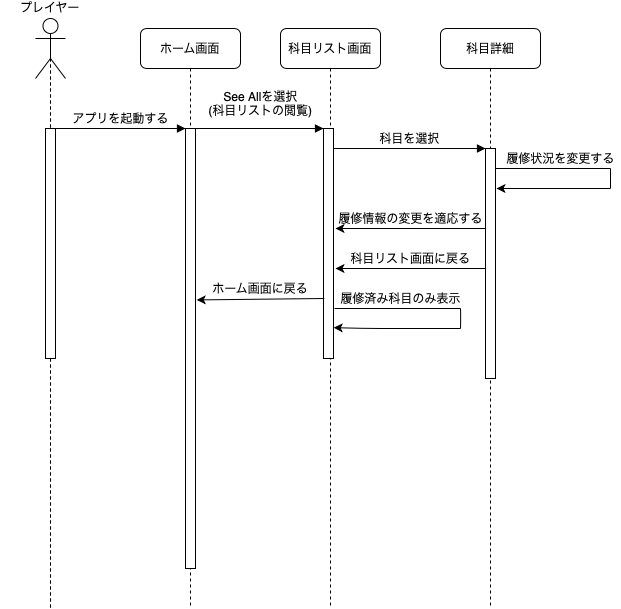
The draw.io diagram シーケンス図2.png in donafudo/SoftDevTeamJ, before a commit. Source tidied: cells renumbered, new cells last; positions are measured from the earlier drawing's top-left corner, leaving out a move shared by most shapes. The source it was exported from:
```xml
<mxGraphModel>
  <root>
    <mxCell id="0" />
    <mxCell id="1" parent="0" />
    <mxCell id="2" value="科目リスト画面" style="shape=umlLifeline;perimeter=lifelinePerimeter;whiteSpace=wrap;html=1;outlineConnect=0;rounded=1;shadow=0;comic=0;labelBackgroundColor=none;strokeWidth=1;fontFamily=Verdana;fontSize=12;align=center;" parent="1" vertex="1">
      <mxGeometry x="280" y="10" width="100" height="580" as="geometry" />
    </mxCell>
    <mxCell id="3" style="html=1;points=[];perimeter=orthogonalPerimeter;rounded=0;shadow=0;comic=0;labelBackgroundColor=none;strokeWidth=1;fontFamily=Verdana;fontSize=12;align=center;" parent="2" vertex="1">
      <mxGeometry x="43" y="100" width="10" height="230" as="geometry" />
    </mxCell>
    <mxCell id="4" value="科目詳細" style="shape=umlLifeline;perimeter=lifelinePerimeter;whiteSpace=wrap;html=1;rounded=1;shadow=0;comic=0;labelBackgroundColor=none;strokeWidth=1;fontFamily=Verdana;fontSize=12;align=center;" parent="1" vertex="1">
      <mxGeometry x="440" y="10" width="100" height="580" as="geometry" />
    </mxCell>
    <mxCell id="5" style="html=1;points=[];perimeter=orthogonalPerimeter;rounded=0;shadow=0;comic=0;labelBackgroundColor=none;strokeWidth=1;fontFamily=Verdana;fontSize=12;align=center;" parent="4" vertex="1">
      <mxGeometry x="45" y="120" width="10" height="230" as="geometry" />
    </mxCell>
    <mxCell id="6" value="ホーム画面" style="shape=umlLifeline;perimeter=lifelinePerimeter;whiteSpace=wrap;html=1;rounded=1;shadow=0;comic=0;labelBackgroundColor=none;strokeWidth=1;fontFamily=Verdana;fontSize=12;align=center;" parent="1" vertex="1">
      <mxGeometry x="140" y="10" width="100" height="580" as="geometry" />
    </mxCell>
    <mxCell id="7" style="html=1;points=[];perimeter=orthogonalPerimeter;rounded=0;shadow=0;comic=0;labelBackgroundColor=none;strokeWidth=1;fontFamily=Verdana;fontSize=12;align=center;" parent="6" vertex="1">
      <mxGeometry x="45" y="100" width="10" height="440" as="geometry" />
    </mxCell>
    <mxCell id="8" style="html=1;verticalAlign=bottom;endArrow=block;entryX=0;entryY=0;labelBackgroundColor=none;fontFamily=Verdana;fontSize=12;edgeStyle=elbowEdgeStyle;elbow=vertical;" parent="1" edge="1" source="7" target="3">
      <mxGeometry relative="1" as="geometry" />
    </mxCell>
    <mxCell id="9" value="科目を選択" style="html=1;verticalAlign=bottom;endArrow=block;entryX=0;entryY=0;labelBackgroundColor=none;fontFamily=Verdana;fontSize=12;edgeStyle=elbowEdgeStyle;elbow=vertical;" parent="1" edge="1" source="3" target="5">
      <mxGeometry relative="1" as="geometry" />
    </mxCell>
    <mxCell id="10" value="プレイヤー&lt;br&gt;&lt;br&gt;&lt;br&gt;&lt;br&gt;" style="shape=umlLifeline;perimeter=lifelinePerimeter;whiteSpace=wrap;html=1;rounded=1;shadow=0;comic=0;labelBackgroundColor=none;strokeWidth=1;fontFamily=Verdana;fontSize=12;align=center;size=0;" parent="1" vertex="1">
      <mxGeometry y="10" width="100" height="580" as="geometry" />
    </mxCell>
    <mxCell id="11" style="html=1;perimeter=orthogonalPerimeter;rounded=0;shadow=0;comic=0;labelBackgroundColor=none;strokeWidth=1;fontFamily=Verdana;fontSize=12;align=center;" parent="10" vertex="1">
      <mxGeometry x="45" y="100" width="10" height="230" as="geometry" />
    </mxCell>
    <mxCell id="12" style="shape=umlActor;verticalLabelPosition=bottom;labelBackgroundColor=#ffffff;verticalAlign=top;html=1;" parent="10" vertex="1">
      <mxGeometry x="35" y="-10" width="30" height="60" as="geometry" />
    </mxCell>
    <mxCell id="13" style="endArrow=classic;html=1;" parent="1" edge="1">
      <mxGeometry relative="1" as="geometry">
        <mxPoint x="485" y="210" as="sourcePoint" />
        <mxPoint x="335" y="210" as="targetPoint" />
      </mxGeometry>
    </mxCell>
    <mxCell id="14" style="endArrow=classic;html=1;exitX=-0.114;exitY=0.694;exitDx=0;exitDy=0;exitPerimeter=0;entryX=1.128;entryY=0.366;entryDx=0;entryDy=0;entryPerimeter=0;" parent="1" edge="1">
      <mxGeometry relative="1" as="geometry">
        <mxPoint x="323.8" y="280" as="sourcePoint" />
        <mxPoint x="196.2" y="281.4" as="targetPoint" />
      </mxGeometry>
    </mxCell>
    <mxCell id="15" value="See Allを選択&lt;br&gt;(科目リストの閲覧)" style="text;html=1;align=center;verticalAlign=middle;" parent="1" vertex="1">
      <mxGeometry x="200" y="70" width="120" height="30" as="geometry" />
    </mxCell>
    <mxCell id="16" value="履修情報の変更を適応する" style="text;html=1;align=center;verticalAlign=middle;" parent="1" vertex="1">
      <mxGeometry x="330" y="190" width="160" height="20" as="geometry" />
    </mxCell>
    <mxCell id="17" value="ホーム画面に戻る" style="text;html=1;align=center;verticalAlign=middle;" parent="1" vertex="1">
      <mxGeometry x="205" y="260" width="110" height="20" as="geometry" />
    </mxCell>
    <mxCell id="18" style="endArrow=classic;html=1;" parent="1" edge="1">
      <mxGeometry relative="1" as="geometry">
        <mxPoint x="485" y="250" as="sourcePoint" />
        <mxPoint x="335" y="250" as="targetPoint" />
      </mxGeometry>
    </mxCell>
    <mxCell id="19" value="科目リスト画面に戻る" style="text;html=1;align=center;verticalAlign=middle;" parent="1" vertex="1">
      <mxGeometry x="340" y="230" width="140" height="20" as="geometry" />
    </mxCell>
    <mxCell id="20" style="endArrow=classic;html=1;" parent="1" edge="1">
      <mxGeometry relative="1" as="geometry">
        <mxPoint x="610" y="170" as="sourcePoint" />
        <mxPoint x="496" y="170" as="targetPoint" />
      </mxGeometry>
    </mxCell>
    <mxCell id="21" value="履修状況を変更する" style="text;html=1;align=center;verticalAlign=middle;" parent="1" vertex="1">
      <mxGeometry x="500" y="130" width="120" height="20" as="geometry" />
    </mxCell>
    <mxCell id="22" style="endArrow=none;html=1;" parent="1" edge="1">
      <mxGeometry relative="1" as="geometry">
        <mxPoint x="495" y="150" as="sourcePoint" />
        <mxPoint x="610" y="150" as="targetPoint" />
      </mxGeometry>
    </mxCell>
    <mxCell id="23" style="endArrow=none;html=1;" parent="1" edge="1">
      <mxGeometry relative="1" as="geometry">
        <mxPoint x="610" y="170" as="sourcePoint" />
        <mxPoint x="610" y="150" as="targetPoint" />
      </mxGeometry>
    </mxCell>
    <mxCell id="24" style="html=1;verticalAlign=bottom;endArrow=block;entryX=0;entryY=0;labelBackgroundColor=none;fontFamily=Verdana;fontSize=12;edgeStyle=elbowEdgeStyle;elbow=vertical;" parent="1" edge="1">
      <mxGeometry relative="1" as="geometry">
        <mxPoint x="50" y="110" as="sourcePoint" />
        <mxPoint x="185" y="110" as="targetPoint" />
      </mxGeometry>
    </mxCell>
    <mxCell id="25" value="アプリを起動する" style="text;html=1;align=center;verticalAlign=middle;" parent="1" vertex="1">
      <mxGeometry x="65" y="90" width="110" height="20" as="geometry" />
    </mxCell>
    <mxCell id="26" value="&lt;span style=&quot;color: rgba(0 , 0 , 0 , 0) ; font-family: monospace ; font-size: 0px&quot;&gt;%3CmxGraphModel%3E%3Croot%3E%3CmxCell%20id%3D%220%22%2F%3E%3CmxCell%20id%3D%221%22%20parent%3D%220%22%2F%3E%3CmxCell%20id%3D%222%22%20value%3D%22%22%20style%3D%22endArrow%3Dclassic%3Bhtml%3D1%3B%22%20edge%3D%221%22%20parent%3D%221%22%3E%3CmxGeometry%20width%3D%2250%22%20height%3D%2250%22%20relative%3D%221%22%20as%3D%22geometry%22%3E%3CmxPoint%20x%3D%22780%22%20y%3D%22710%22%20as%3D%22sourcePoint%22%2F%3E%3CmxPoint%20x%3D%22666%22%20y%3D%22710%22%20as%3D%22targetPoint%22%2F%3E%3C%2FmxGeometry%3E%3C%2FmxCell%3E%3CmxCell%20id%3D%223%22%20value%3D%22%E5%B1%A5%E4%BF%AE%E7%8A%B6%E6%B3%81%E3%82%92%E5%A4%89%E6%9B%B4%E3%81%99%E3%82%8B%22%20style%3D%22text%3Bhtml%3D1%3Balign%3Dcenter%3BverticalAlign%3Dmiddle%3Bresizable%3D0%3Bpoints%3D%5B%5D%3Bautosize%3D1%3B%22%20vertex%3D%221%22%20parent%3D%221%22%3E%3CmxGeometry%20x%3D%22670%22%20y%3D%22670%22%20width%3D%22120%22%20height%3D%2220%22%20as%3D%22geometry%22%2F%3E%3C%2FmxCell%3E%3CmxCell%20id%3D%224%22%20value%3D%22%22%20style%3D%22endArrow%3Dnone%3Bhtml%3D1%3B%22%20edge%3D%221%22%20parent%3D%221%22%3E%3CmxGeometry%20width%3D%2250%22%20height%3D%2250%22%20relative%3D%221%22%20as%3D%22geometry%22%3E%3CmxPoint%20x%3D%22665%22%20y%3D%22690%22%20as%3D%22sourcePoint%22%2F%3E%3CmxPoint%20x%3D%22780%22%20y%3D%22690%22%20as%3D%22targetPoint%22%2F%3E%3C%2FmxGeometry%3E%3C%2FmxCell%3E%3CmxCell%20id%3D%225%22%20value%3D%22%22%20style%3D%22endArrow%3Dnone%3Bhtml%3D1%3B%22%20edge%3D%221%22%20parent%3D%221%22%3E%3CmxGeometry%20width%3D%2250%22%20height%3D%2250%22%20relative%3D%221%22%20as%3D%22geometry%22%3E%3CmxPoint%20x%3D%22780%22%20y%3D%22710%22%20as%3D%22sourcePoint%22%2F%3E%3CmxPoint%20x%3D%22780%22%20y%3D%22690%22%20as%3D%22targetPoint%22%2F%3E%3C%2FmxGeometry%3E%3C%2FmxCell%3E%3C%2Froot%3E%3C%2FmxGraphModel%3E&lt;/span&gt;&lt;span style=&quot;color: rgba(0 , 0 , 0 , 0) ; font-family: monospace ; font-size: 0px&quot;&gt;%3CmxGraphModel%3E%3Croot%3E%3CmxCell%20id%3D%220%22%2F%3E%3CmxCell%20id%3D%221%22%20parent%3D%220%22%2F%3E%3CmxCell%20id%3D%222%22%20value%3D%22%22%20style%3D%22endArrow%3Dclassic%3Bhtml%3D1%3B%22%20edge%3D%221%22%20parent%3D%221%22%3E%3CmxGeometry%20width%3D%2250%22%20height%3D%2250%22%20relative%3D%221%22%20as%3D%22geometry%22%3E%3CmxPoint%20x%3D%22780%22%20y%3D%22710%22%20as%3D%22sourcePoint%22%2F%3E%3CmxPoint%20x%3D%22666%22%20y%3D%22710%22%20as%3D%22targetPoint%22%2F%3E%3C%2FmxGeometry%3E%3C%2FmxCell%3E%3CmxCell%20id%3D%223%22%20value%3D%22%E5%B1%A5%E4%BF%AE%E7%8A%B6%E6%B3%81%E3%82%92%E5%A4%89%E6%9B%B4%E3%81%99%E3%82%8B%22%20style%3D%22text%3Bhtml%3D1%3Balign%3Dcenter%3BverticalAlign%3Dmiddle%3Bresizable%3D0%3Bpoints%3D%5B%5D%3Bautosize%3D1%3B%22%20vertex%3D%221%22%20parent%3D%221%22%3E%3CmxGeometry%20x%3D%22670%22%20y%3D%22670%22%20width%3D%22120%22%20height%3D%2220%22%20as%3D%22geometry%22%2F%3E%3C%2FmxCell%3E%3CmxCell%20id%3D%224%22%20value%3D%22%22%20style%3D%22endArrow%3Dnone%3Bhtml%3D1%3B%22%20edge%3D%221%22%20parent%3D%221%22%3E%3CmxGeometry%20width%3D%2250%22%20height%3D%2250%22%20relative%3D%221%22%20as%3D%22geometry%22%3E%3CmxPoint%20x%3D%22665%22%20y%3D%22690%22%20as%3D%22sourcePoint%22%2F%3E%3CmxPoint%20x%3D%22780%22%20y%3D%22690%22%20as%3D%22targetPoint%22%2F%3E%3C%2FmxGeometry%3E%3C%2FmxCell%3E%3CmxCell%20id%3D%225%22%20value%3D%22%22%20style%3D%22endArrow%3Dnone%3Bhtml%3D1%3B%22%20edge%3D%221%22%20parent%3D%221%22%3E%3CmxGeometry%20width%3D%2250%22%20height%3D%2250%22%20relative%3D%221%22%20as%3D%22geometry%22%3E%3CmxPoint%20x%3D%22780%22%20y%3D%22710%22%20as%3D%22sourcePoint%22%2F%3E%3CmxPoint%20x%3D%22780%22%20y%3D%22690%22%20as%3D%22targetPoint%22%2F%3E%3C%2FmxGeometry%3E%3C%2FmxCell%3E%3C%2Froot%3E%3C%2FmxGraphModel%3E&lt;/span&gt;" style="text;html=1;align=center;verticalAlign=middle;" parent="1" vertex="1">
      <mxGeometry x="394" y="386" width="20" height="20" as="geometry" />
    </mxCell>
    <mxCell id="27" style="endArrow=none;html=1;" parent="1" edge="1">
      <mxGeometry relative="1" as="geometry">
        <mxPoint x="334" y="290" as="sourcePoint" />
        <mxPoint x="460" y="290" as="targetPoint" />
        <Array as="points">
          <mxPoint x="424" y="290" />
        </Array>
      </mxGeometry>
    </mxCell>
    <mxCell id="28" style="endArrow=none;html=1;" parent="1" edge="1">
      <mxGeometry relative="1" as="geometry">
        <mxPoint x="460" y="310" as="sourcePoint" />
        <mxPoint x="460" y="290" as="targetPoint" />
        <Array as="points">
          <mxPoint x="460.2" y="300" />
        </Array>
      </mxGeometry>
    </mxCell>
    <mxCell id="29" style="endArrow=classic;html=1;entryX=1.017;entryY=0.866;entryDx=0;entryDy=0;entryPerimeter=0;" parent="1" edge="1" target="3">
      <mxGeometry relative="1" as="geometry">
        <mxPoint x="460" y="310" as="sourcePoint" />
        <Array as="points">
          <mxPoint x="370" y="310" />
        </Array>
      </mxGeometry>
    </mxCell>
    <mxCell id="30" value="履修済み科目のみ表示" style="text;html=1;align=center;verticalAlign=middle;" parent="1" vertex="1">
      <mxGeometry x="330" y="270" width="140" height="20" as="geometry" />
    </mxCell>
  </root>
</mxGraphModel>
```
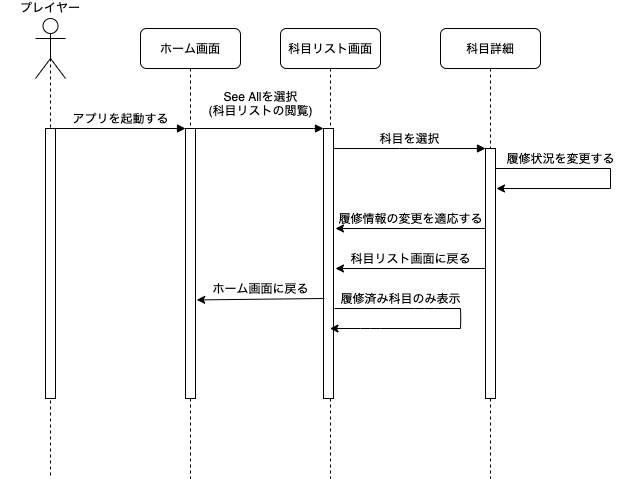
Later version of the same file.

Commit message:
Update シーケンス図2.png

What changed in the source:
```diff
@@ -3,22 +3,22 @@
     <mxCell id="0" />
     <mxCell id="1" parent="0" />
     <mxCell id="2" value="科目リスト画面" style="shape=umlLifeline;perimeter=lifelinePerimeter;whiteSpace=wrap;html=1;outlineConnect=0;rounded=1;shadow=0;comic=0;labelBackgroundColor=none;strokeWidth=1;fontFamily=Verdana;fontSize=12;align=center;" parent="1" vertex="1">
-      <mxGeometry x="280" y="10" width="100" height="580" as="geometry" />
+      <mxGeometry x="280" y="10" width="100" height="450" as="geometry" />
     </mxCell>
     <mxCell id="3" style="html=1;points=[];perimeter=orthogonalPerimeter;rounded=0;shadow=0;comic=0;labelBackgroundColor=none;strokeWidth=1;fontFamily=Verdana;fontSize=12;align=center;" parent="2" vertex="1">
-      <mxGeometry x="43" y="100" width="10" height="230" as="geometry" />
+      <mxGeometry x="43" y="100" width="10" height="270" as="geometry" />
     </mxCell>
     <mxCell id="4" value="科目詳細" style="shape=umlLifeline;perimeter=lifelinePerimeter;whiteSpace=wrap;html=1;rounded=1;shadow=0;comic=0;labelBackgroundColor=none;strokeWidth=1;fontFamily=Verdana;fontSize=12;align=center;" parent="1" vertex="1">
-      <mxGeometry x="440" y="10" width="100" height="580" as="geometry" />
+      <mxGeometry x="440" y="10" width="100" height="450" as="geometry" />
     </mxCell>
     <mxCell id="5" style="html=1;points=[];perimeter=orthogonalPerimeter;rounded=0;shadow=0;comic=0;labelBackgroundColor=none;strokeWidth=1;fontFamily=Verdana;fontSize=12;align=center;" parent="4" vertex="1">
-      <mxGeometry x="45" y="120" width="10" height="230" as="geometry" />
+      <mxGeometry x="45" y="120" width="10" height="250" as="geometry" />
     </mxCell>
     <mxCell id="6" value="ホーム画面" style="shape=umlLifeline;perimeter=lifelinePerimeter;whiteSpace=wrap;html=1;rounded=1;shadow=0;comic=0;labelBackgroundColor=none;strokeWidth=1;fontFamily=Verdana;fontSize=12;align=center;" parent="1" vertex="1">
-      <mxGeometry x="140" y="10" width="100" height="580" as="geometry" />
+      <mxGeometry x="140" y="10" width="100" height="450" as="geometry" />
     </mxCell>
     <mxCell id="7" style="html=1;points=[];perimeter=orthogonalPerimeter;rounded=0;shadow=0;comic=0;labelBackgroundColor=none;strokeWidth=1;fontFamily=Verdana;fontSize=12;align=center;" parent="6" vertex="1">
-      <mxGeometry x="45" y="100" width="10" height="440" as="geometry" />
+      <mxGeometry x="45" y="100" width="10" height="270" as="geometry" />
     </mxCell>
     <mxCell id="8" style="html=1;verticalAlign=bottom;endArrow=block;entryX=0;entryY=0;labelBackgroundColor=none;fontFamily=Verdana;fontSize=12;edgeStyle=elbowEdgeStyle;elbow=vertical;" parent="1" edge="1" source="7" target="3">
       <mxGeometry relative="1" as="geometry" />
@@ -27,10 +27,10 @@
       <mxGeometry relative="1" as="geometry" />
     </mxCell>
     <mxCell id="10" value="プレイヤー&lt;br&gt;&lt;br&gt;&lt;br&gt;&lt;br&gt;" style="shape=umlLifeline;perimeter=lifelinePerimeter;whiteSpace=wrap;html=1;rounded=1;shadow=0;comic=0;labelBackgroundColor=none;strokeWidth=1;fontFamily=Verdana;fontSize=12;align=center;size=0;" parent="1" vertex="1">
-      <mxGeometry y="10" width="100" height="580" as="geometry" />
+      <mxGeometry y="10" width="100" height="450" as="geometry" />
     </mxCell>
     <mxCell id="11" style="html=1;perimeter=orthogonalPerimeter;rounded=0;shadow=0;comic=0;labelBackgroundColor=none;strokeWidth=1;fontFamily=Verdana;fontSize=12;align=center;" parent="10" vertex="1">
-      <mxGeometry x="45" y="100" width="10" height="230" as="geometry" />
+      <mxGeometry x="45" y="100" width="10" height="270" as="geometry" />
     </mxCell>
     <mxCell id="12" style="shape=umlActor;verticalLabelPosition=bottom;labelBackgroundColor=#ffffff;verticalAlign=top;html=1;" parent="10" vertex="1">
       <mxGeometry x="35" y="-10" width="30" height="60" as="geometry" />
@@ -116,7 +116,7 @@
         </Array>
       </mxGeometry>
     </mxCell>
-    <mxCell id="29" style="endArrow=classic;html=1;entryX=1.017;entryY=0.866;entryDx=0;entryDy=0;entryPerimeter=0;" parent="1" edge="1" target="3">
+    <mxCell id="29" style="endArrow=classic;html=1;" parent="1" edge="1" target="2">
       <mxGeometry relative="1" as="geometry">
         <mxPoint x="460" y="310" as="sourcePoint" />
         <Array as="points">
```
